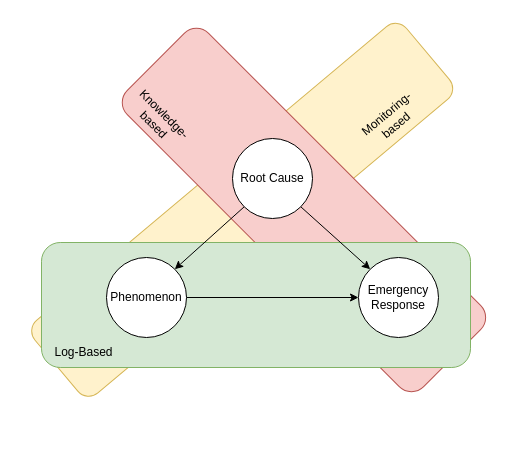
LiLiJacky/graphData keeps this draw.io diagram as page "关系" (2 of 2) of 问题剖析.drawio. Above is the earlier version. Source tidied: cells renumbered, new cells numbered last; positions are measured from the earlier drawing's top-left corner, leaving out a move shared by most shapes. Both pictures are drawn from the tidied source at 100%, with x=0, y=0 at pixel (-1, 104).
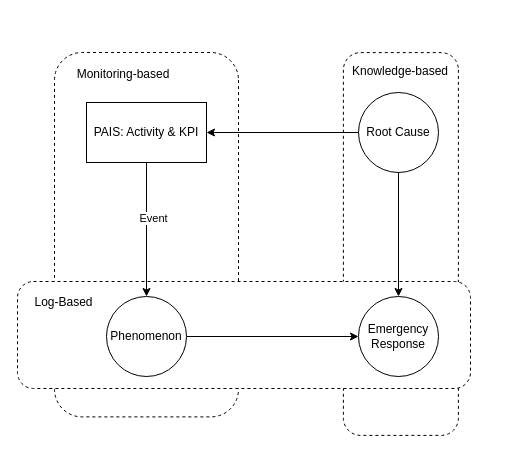
After the change.

Commit message:
更新问题剖析.drawio

Diff of the diagram source:
```diff
@@
 <mxGraphModel>
   <root>
     <mxCell id="0" />
     <mxCell id="1" parent="0" />
-    <mxCell id="2" style="rounded=1;whiteSpace=wrap;html=1;rotation=-40;fillColor=#fff2cc;strokeColor=#d6b656;" parent="1" vertex="1">
-      <mxGeometry x="0.2" y="57.8" width="485" height="95" as="geometry" />
-    </mxCell>
-    <mxCell id="3" style="rounded=1;whiteSpace=wrap;html=1;rotation=45;fillColor=#f8cecc;strokeColor=#b85450;" parent="1" vertex="1">
-      <mxGeometry x="94.9" y="48" width="419.1" height="115" as="geometry" />
+    <mxCell id="3" style="rounded=1;whiteSpace=wrap;html=1;rotation=90;dashed=1;" parent="1" vertex="1">
+      <mxGeometry x="210" y="82" width="382.8" height="115" as="geometry" />
     </mxCell>
+    <mxCell id="14" style="rounded=1;whiteSpace=wrap;html=1;rotation=90;dashed=1;" parent="1" vertex="1">
+      <mxGeometry x="-35.2" y="38.2" width="364.4" height="184" as="geometry" />
+    </mxCell>
-    <mxCell id="4" style="rounded=1;whiteSpace=wrap;html=1;fillColor=#d5e8d4;strokeColor=#82b366;" parent="1" vertex="1">
-      <mxGeometry x="42" y="138" width="429" height="125" as="geometry" />
+    <mxCell id="4" style="rounded=1;whiteSpace=wrap;html=1;dashed=1;" parent="1" vertex="1">
+      <mxGeometry x="18" y="177" width="453" height="107" as="geometry" />
     </mxCell>
-    <mxCell id="5" style="rounded=0;jettySize=auto;html=1;exitX=0;exitY=1;exitDx=0;exitDy=0;entryX=1;entryY=0;entryDx=0;entryDy=0;" parent="1" edge="1" source="7" target="9">
+    <mxCell id="5" style="rounded=0;jettySize=auto;html=1;exitX=0;exitY=0.5;exitDx=0;exitDy=0;entryX=1;entryY=0.5;entryDx=0;entryDy=0;" parent="1" edge="1" source="7" target="17">
       <mxGeometry relative="1" as="geometry" />
     </mxCell>
-    <mxCell id="6" style="rounded=0;jettySize=auto;html=1;entryX=0;entryY=0;entryDx=0;entryDy=0;exitX=1;exitY=1;exitDx=0;exitDy=0;" parent="1" edge="1" source="7" target="10">
+    <mxCell id="6" style="rounded=0;jettySize=auto;html=1;entryX=0.5;entryY=0;entryDx=0;entryDy=0;exitX=0.5;exitY=1;exitDx=0;exitDy=0;" parent="1" edge="1" source="7" target="10">
       <mxGeometry relative="1" as="geometry" />
     </mxCell>
     <mxCell id="7" value="Root Cause" style="ellipse;whiteSpace=wrap;html=1;" parent="1" vertex="1">
-      <mxGeometry x="233" y="34" width="80" height="80" as="geometry" />
+      <mxGeometry x="359" y="-12" width="80" height="80" as="geometry" />
     </mxCell>
     <mxCell id="8" style="edgeStyle=orthogonalEdgeStyle;rounded=0;jettySize=auto;html=1;" parent="1" edge="1" source="9" target="10">
       <mxGeometry relative="1" as="geometry" />
     </mxCell>
     <mxCell id="9" value="Phenomenon" style="ellipse;whiteSpace=wrap;html=1;" parent="1" vertex="1">
-      <mxGeometry x="107" y="153" width="80" height="80" as="geometry" />
+      <mxGeometry x="107" y="192" width="80" height="80" as="geometry" />
     </mxCell>
     <mxCell id="10" value="Emergency Response" style="ellipse;whiteSpace=wrap;html=1;" parent="1" vertex="1">
-      <mxGeometry x="359" y="153" width="80" height="80" as="geometry" />
+      <mxGeometry x="359" y="192" width="80" height="80" as="geometry" />
     </mxCell>
     <mxCell id="11" value="Log-Based" style="text;html=1;strokeColor=none;fillColor=none;align=center;verticalAlign=middle;whiteSpace=wrap;rounded=0;" parent="1" vertex="1">
-      <mxGeometry x="42" y="233" width="85" height="30" as="geometry" />
+      <mxGeometry x="22" y="183" width="85" height="30" as="geometry" />
     </mxCell>
-    <mxCell id="12" value="Knowledge-based" style="text;html=1;strokeColor=none;fillColor=none;align=center;verticalAlign=middle;whiteSpace=wrap;rounded=0;rotation=45;" parent="1" vertex="1">
-      <mxGeometry x="130" width="60" height="30" as="geometry" />
+    <mxCell id="12" value="Knowledge-based" style="text;html=1;strokeColor=none;fillColor=none;align=center;verticalAlign=middle;whiteSpace=wrap;rounded=0;rotation=0;" parent="1" vertex="1">
+      <mxGeometry x="350.4" y="-48" width="102" height="30" as="geometry" />
     </mxCell>
-    <mxCell id="13" value="Monitoring-based" style="text;html=1;strokeColor=none;fillColor=none;align=center;verticalAlign=middle;whiteSpace=wrap;rounded=0;rotation=-40;" parent="1" vertex="1">
-      <mxGeometry x="362" width="60" height="30" as="geometry" />
+    <mxCell id="13" value="Monitoring-based" style="text;html=1;strokeColor=none;fillColor=none;align=center;verticalAlign=middle;whiteSpace=wrap;rounded=0;rotation=0;" parent="1" vertex="1">
+      <mxGeometry x="67" y="-45" width="114" height="30" as="geometry" />
     </mxCell>
+    <mxCell id="15" style="edgeStyle=orthogonalEdgeStyle;rounded=0;jettySize=auto;html=1;entryX=0.5;entryY=0;entryDx=0;entryDy=0;" parent="1" edge="1" source="17" target="9">
+      <mxGeometry relative="1" as="geometry" />
+    </mxCell>
+    <mxCell id="16" value="Event" style="edgeLabel;html=1;align=center;verticalAlign=middle;" parent="15" vertex="1">
+      <mxGeometry x="-0.3" y="3" relative="1" as="geometry">
+        <mxPoint x="3" y="8" as="offset" />
+      </mxGeometry>
+    </mxCell>
+    <mxCell id="17" value="&lt;div style=&quot;text-align: left;&quot;&gt;&lt;span style=&quot;background-color: initial;&quot;&gt;&lt;br&gt;&lt;/span&gt;&lt;/div&gt;&lt;div style=&quot;text-align: left;&quot;&gt;&lt;span style=&quot;background-color: initial;&quot;&gt;PAIS: Activity &amp;amp; KPI&lt;/span&gt;&lt;br&gt;&lt;/div&gt;&lt;span style=&quot;white-space: pre;&quot;&gt;&#9;&lt;/span&gt;" style="rounded=0;whiteSpace=wrap;html=1;" parent="1" vertex="1">
+      <mxGeometry x="87" y="-2" width="120" height="60" as="geometry" />
+    </mxCell>
   </root>
 </mxGraphModel>
```
